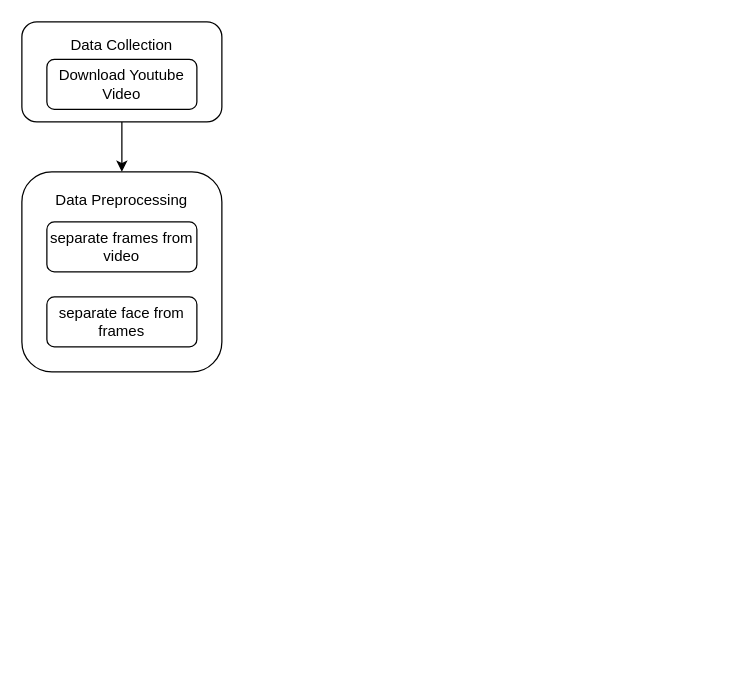
Above: Neha Project/part2/flow.drawio in mungekarkiran/Basic_Python (draw.io), before the change. Source tidied: cells renumbered, new cells numbered last; positions are measured from the earlier drawing's top-left corner, leaving out a move shared by most shapes. Both pictures are drawn from the tidied source at 125%, with x=0, y=0 at pixel (21, 21).
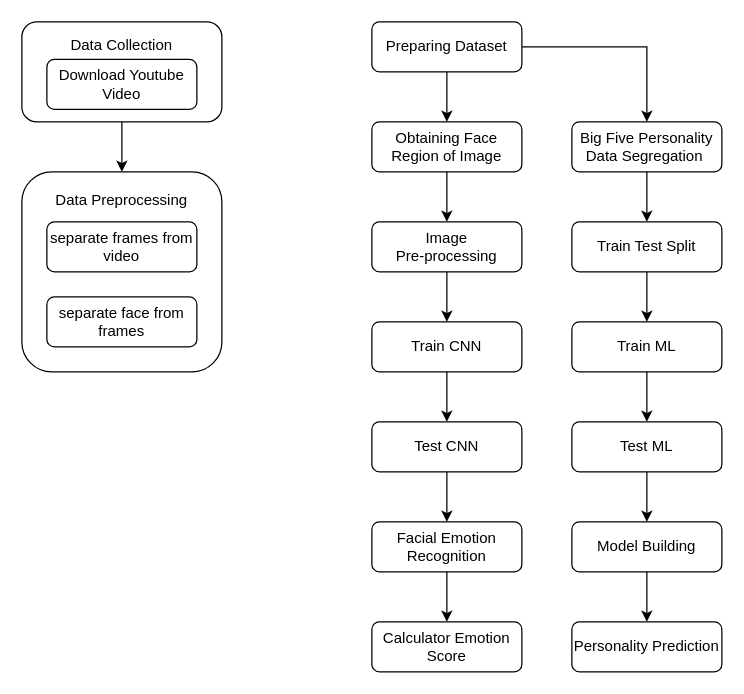
Above is the later version.

The edit, as a diff of the source:
```diff
@@
+    <mxCell id="8" style="edgeStyle=orthogonalEdgeStyle;rounded=0;jettySize=auto;html=1;exitX=0.5;exitY=1;exitDx=0;exitDy=0;entryX=0.5;entryY=0;entryDx=0;entryDy=0;" parent="1" edge="1" source="10" target="12">
+      <mxGeometry relative="1" as="geometry" />
+    </mxCell>
+    <mxCell id="9" style="edgeStyle=orthogonalEdgeStyle;rounded=0;jettySize=auto;html=1;exitX=1;exitY=0.5;exitDx=0;exitDy=0;" parent="1" edge="1" source="10" target="25">
+      <mxGeometry relative="1" as="geometry" />
+    </mxCell>
+    <mxCell id="10" value="Preparing Dataset" style="rounded=1;whiteSpace=wrap;html=1;" parent="1" vertex="1">
+      <mxGeometry x="280" width="120" height="40" as="geometry" />
+    </mxCell>
+    <mxCell id="11" style="edgeStyle=orthogonalEdgeStyle;rounded=0;jettySize=auto;html=1;exitX=0.5;exitY=1;exitDx=0;exitDy=0;entryX=0.5;entryY=0;entryDx=0;entryDy=0;" parent="1" edge="1" source="12" target="14">
+      <mxGeometry relative="1" as="geometry" />
+    </mxCell>
+    <mxCell id="12" value="Obtaining Face Region of Image" style="rounded=1;whiteSpace=wrap;html=1;" parent="1" vertex="1">
+      <mxGeometry x="280" y="80" width="120" height="40" as="geometry" />
+    </mxCell>
+    <mxCell id="13" style="edgeStyle=orthogonalEdgeStyle;rounded=0;jettySize=auto;html=1;exitX=0.5;exitY=1;exitDx=0;exitDy=0;entryX=0.5;entryY=0;entryDx=0;entryDy=0;" parent="1" edge="1" source="14" target="18">
+      <mxGeometry relative="1" as="geometry" />
+    </mxCell>
+    <mxCell id="14" value="Image &lt;br&gt;Pre-processing" style="rounded=1;whiteSpace=wrap;html=1;" parent="1" vertex="1">
+      <mxGeometry x="280" y="160" width="120" height="40" as="geometry" />
+    </mxCell>
+    <mxCell id="15" style="edgeStyle=orthogonalEdgeStyle;rounded=0;jettySize=auto;html=1;exitX=0.5;exitY=1;exitDx=0;exitDy=0;entryX=0.5;entryY=0;entryDx=0;entryDy=0;" parent="1" edge="1" source="16" target="27">
+      <mxGeometry relative="1" as="geometry" />
+    </mxCell>
+    <mxCell id="16" value="Train Test Split" style="rounded=1;whiteSpace=wrap;html=1;" parent="1" vertex="1">
+      <mxGeometry x="440" y="160" width="120" height="40" as="geometry" />
+    </mxCell>
+    <mxCell id="17" style="edgeStyle=orthogonalEdgeStyle;rounded=0;jettySize=auto;html=1;exitX=0.5;exitY=1;exitDx=0;exitDy=0;entryX=0.5;entryY=0;entryDx=0;entryDy=0;" parent="1" edge="1" source="18" target="20">
+      <mxGeometry relative="1" as="geometry" />
+    </mxCell>
+    <mxCell id="18" value="Train CNN" style="rounded=1;whiteSpace=wrap;html=1;" parent="1" vertex="1">
+      <mxGeometry x="280" y="240" width="120" height="40" as="geometry" />
+    </mxCell>
+    <mxCell id="19" style="edgeStyle=orthogonalEdgeStyle;rounded=0;jettySize=auto;html=1;exitX=0.5;exitY=1;exitDx=0;exitDy=0;" parent="1" edge="1" source="20" target="22">
+      <mxGeometry relative="1" as="geometry" />
+    </mxCell>
+    <mxCell id="20" value="Test CNN" style="rounded=1;whiteSpace=wrap;html=1;" parent="1" vertex="1">
+      <mxGeometry x="280" y="320" width="120" height="40" as="geometry" />
+    </mxCell>
+    <mxCell id="21" style="edgeStyle=orthogonalEdgeStyle;rounded=0;jettySize=auto;html=1;exitX=0.5;exitY=1;exitDx=0;exitDy=0;entryX=0.5;entryY=0;entryDx=0;entryDy=0;" parent="1" edge="1" source="22" target="23">
+      <mxGeometry relative="1" as="geometry" />
+    </mxCell>
+    <mxCell id="22" value="Facial Emotion Recognition" style="rounded=1;whiteSpace=wrap;html=1;" parent="1" vertex="1">
+      <mxGeometry x="280" y="400" width="120" height="40" as="geometry" />
+    </mxCell>
+    <mxCell id="23" value="Calculator Emotion Score" style="rounded=1;whiteSpace=wrap;html=1;" parent="1" vertex="1">
+      <mxGeometry x="280" y="480" width="120" height="40" as="geometry" />
+    </mxCell>
+    <mxCell id="24" style="edgeStyle=orthogonalEdgeStyle;rounded=0;jettySize=auto;html=1;exitX=0.5;exitY=1;exitDx=0;exitDy=0;entryX=0.5;entryY=0;entryDx=0;entryDy=0;" parent="1" edge="1" source="25" target="16">
+      <mxGeometry relative="1" as="geometry" />
+    </mxCell>
+    <mxCell id="25" value="Big Five Personality Data Segregation&amp;nbsp;" style="rounded=1;whiteSpace=wrap;html=1;" parent="1" vertex="1">
+      <mxGeometry x="440" y="80" width="120" height="40" as="geometry" />
+    </mxCell>
+    <mxCell id="26" style="edgeStyle=orthogonalEdgeStyle;rounded=0;jettySize=auto;html=1;exitX=0.5;exitY=1;exitDx=0;exitDy=0;entryX=0.5;entryY=0;entryDx=0;entryDy=0;" parent="1" edge="1" source="27" target="29">
+      <mxGeometry relative="1" as="geometry" />
+    </mxCell>
+    <mxCell id="27" value="Train ML" style="rounded=1;whiteSpace=wrap;html=1;" parent="1" vertex="1">
+      <mxGeometry x="440" y="240" width="120" height="40" as="geometry" />
+    </mxCell>
+    <mxCell id="28" style="edgeStyle=orthogonalEdgeStyle;rounded=0;jettySize=auto;html=1;exitX=0.5;exitY=1;exitDx=0;exitDy=0;entryX=0.5;entryY=0;entryDx=0;entryDy=0;" parent="1" edge="1" source="29" target="31">
+      <mxGeometry relative="1" as="geometry" />
+    </mxCell>
+    <mxCell id="29" value="Test ML" style="rounded=1;whiteSpace=wrap;html=1;" parent="1" vertex="1">
+      <mxGeometry x="440" y="320" width="120" height="40" as="geometry" />
+    </mxCell>
+    <mxCell id="30" style="edgeStyle=orthogonalEdgeStyle;rounded=0;jettySize=auto;html=1;exitX=0.5;exitY=1;exitDx=0;exitDy=0;" parent="1" edge="1" source="31" target="32">
+      <mxGeometry relative="1" as="geometry" />
+    </mxCell>
+    <mxCell id="31" value="Model Building" style="rounded=1;whiteSpace=wrap;html=1;" parent="1" vertex="1">
+      <mxGeometry x="440" y="400" width="120" height="40" as="geometry" />
+    </mxCell>
+    <mxCell id="32" value="Personality Prediction" style="rounded=1;whiteSpace=wrap;html=1;" parent="1" vertex="1">
+      <mxGeometry x="440" y="480" width="120" height="40" as="geometry" />
+    </mxCell>
```
